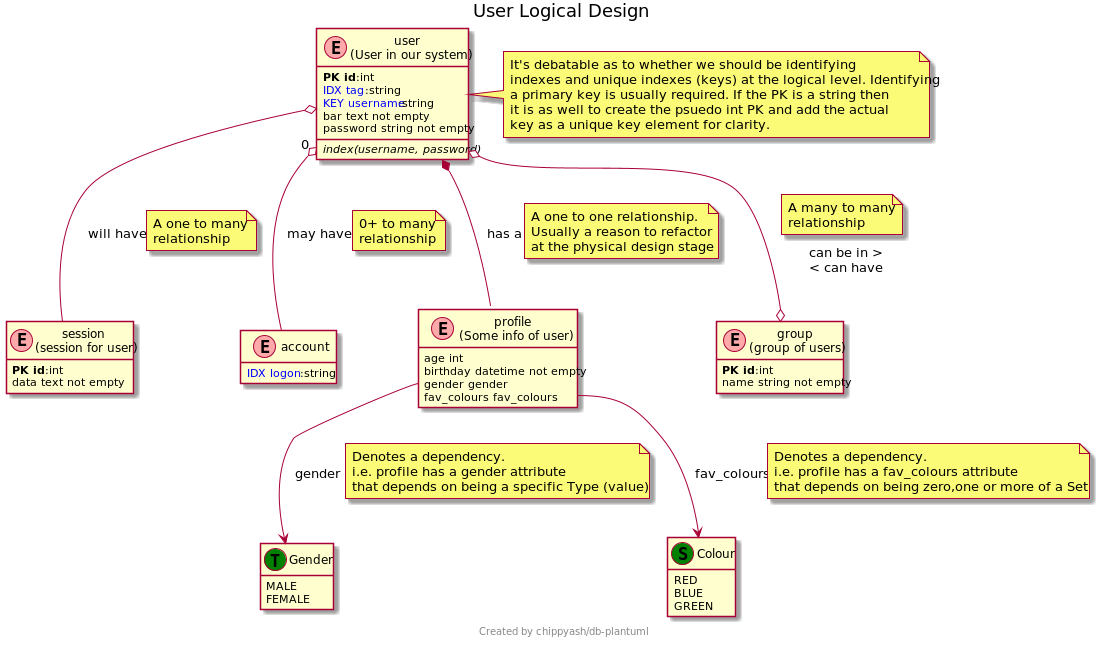
Earlier version of the PlantUML export examples/User_Logical.png (chippyash/db-plantuml).
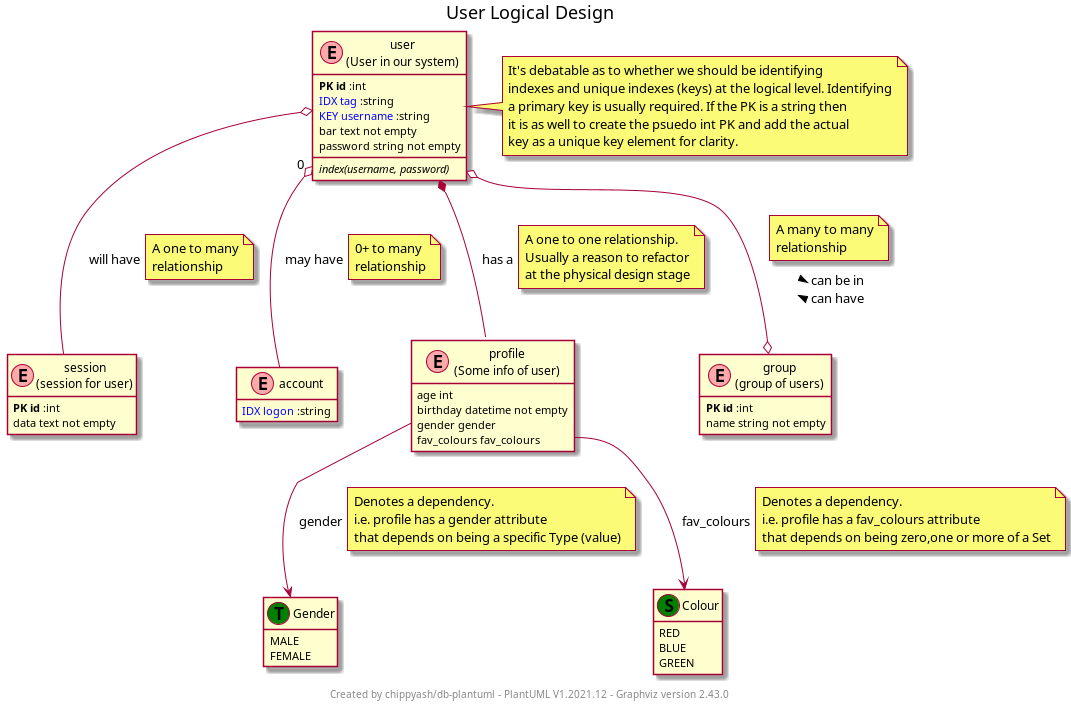
After the commit.

The edit, as a diff of the source:
```diff
@@ -1,31 +1,15 @@
 @startuml
 title User Logical Design
+!include ../dist/DatabaseLogical.iuml
+footer Created by chippyash/db-plantuml - PlantUML V1.2021.12 - Graphviz version 2.43.0
 
-
-
-
-
-
-
-
-
-
-
-
-
-
-
-hide stereotypes
-hide empty members
-footer Created by chippyash/db-plantuml
-
-		class user as "user\n(User in our system)" << (E,#FFAAAA)Table>> {
-		<b>PK id</b> :int
-		<color:blue>IDX tag</color> :string
-		<color:blue>KEY username</color> :string
-	bar text not empty
-	password string not empty
-	<i>index(username, password)</i>
+Table(user, user, User in our system) {
+	primary()
+	idx(tag, string(30))
+	unique(username, string(30))
+	not_null(bar, text())
+	not_null(password, string(30))
+	idx2(username, password)
 }
 note right of user
 It's debatable as to whether we should be identifying
@@ -34,67 +18,64 @@
 it is as well to create the psuedo int PK and add the actual
 key as a unique key element for clarity.
 end note
-		class session as "session\n(session for user)" << (E,#FFAAAA)Table>> {
-		<b>PK id</b> :int
-	data text not empty
+Table(session, session, session for user) {
+	primary()
+	not_null(data, text)
 }
-				user o-- session: will have
+onemany(user,session,'will have')
 note right on link
 A one to many
 relationship
 end note
 
-		class "account" as ac << (E,#FFAAAA)Table>>
- {
-    	<color:blue>IDX logon</color> :string
+Entity(ac, account) {
+    idx(logon, string())
 }
-				user "0" o-- ac: may have
+zeromany(user,ac,may have)
 note right on link
 0+ to many
 relationship
 end note
 
-		class profile as "profile\n(Some info of user)" << (E,#FFAAAA)Table>> {
-age int
-birthday datetime not empty
+Table(profile, profile, Some info of user) {
+age int()
+not_null(birthday, datetime())
 }
-				user *-- profile: has a
+oneone(user,profile,'has a')
 note right on link
 A one to one relationship.
 Usually a reason to refactor
 at the physical design stage
 end note
 
-		class group as "group\n(group of users)" << (E,#FFAAAA)Table>> {
-		<b>PK id</b> :int
-	name string not empty
+Table(group, group, group of users) {
+	primary()
+	not_null(name, string(20))
 }
-				user o--o group: can be in >\n< can have
+manymany(user, group, 'can be in', 'can have')
 
 note top on link
 A many to many
 relationship
 end note
 
-		enum "Gender" as gender << (T, green)Enum>> {
+Type(gender, Gender) {
 	MALE
 	FEMALE
 }
-    profile : gender gender
-	profile::gender --> gender : gender
+depends(profile, gender, gender)
 note right on link
 Denotes a dependency.
 i.e. profile has a gender attribute
 that depends on being a specific Type (value)
 end note
 
-		enum "Colour" as fav_colours << (S, green)Set>> {
+Set(fav_colours,Colour) {
 	RED
 	BLUE
 	GREEN
 }
-    profile : fav_colours fav_colours
-	profile::fav_colours --> fav_colours : fav_colours
+depends(profile, fav_colours, fav_colours)
 note right on link
 Denotes a dependency.
 i.e. profile has a fav_colours attribute
```
